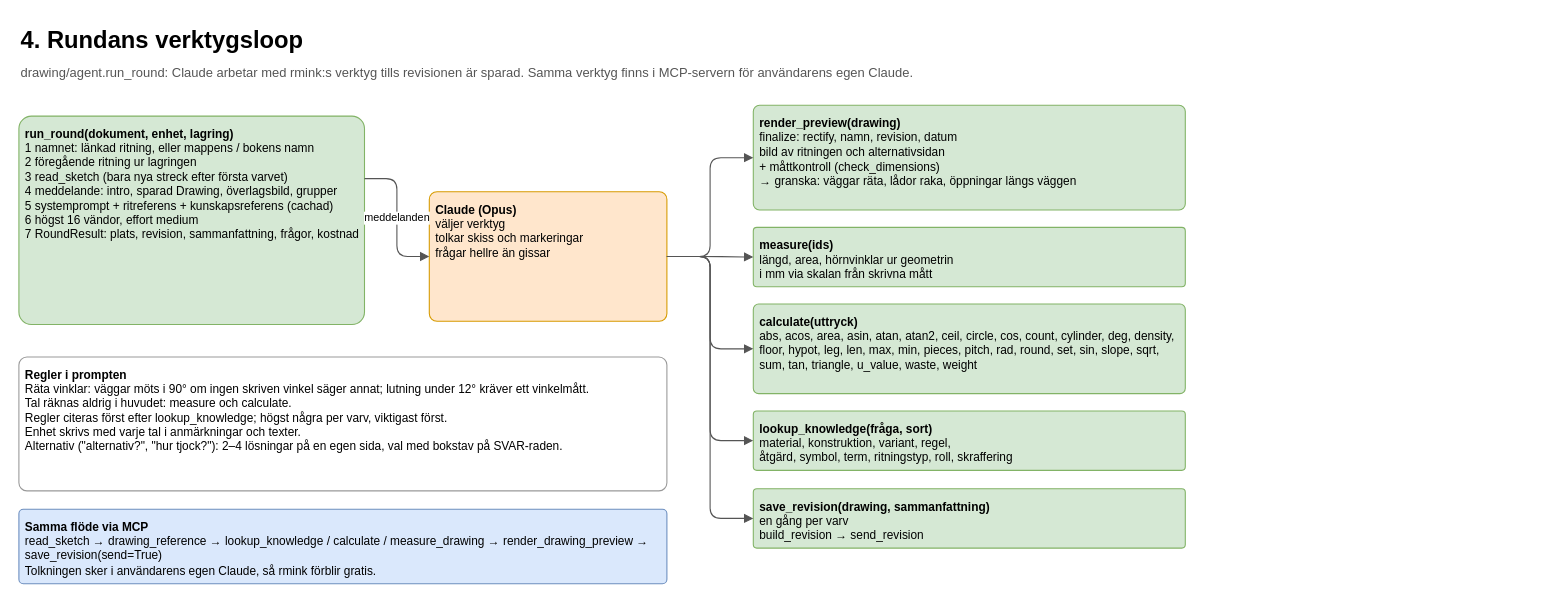
This is docs/diagrams/04-rundans-verktyg.drawio from thagvall/rmink, a draw.io file, before an edit. Source tidied: cells renumbered, new cells numbered last; positions are measured from the earlier drawing's top-left corner, leaving out a move shared by most shapes. Both pictures are drawn from the tidied source at 108%, with x=0, y=0 at pixel (18, 18).
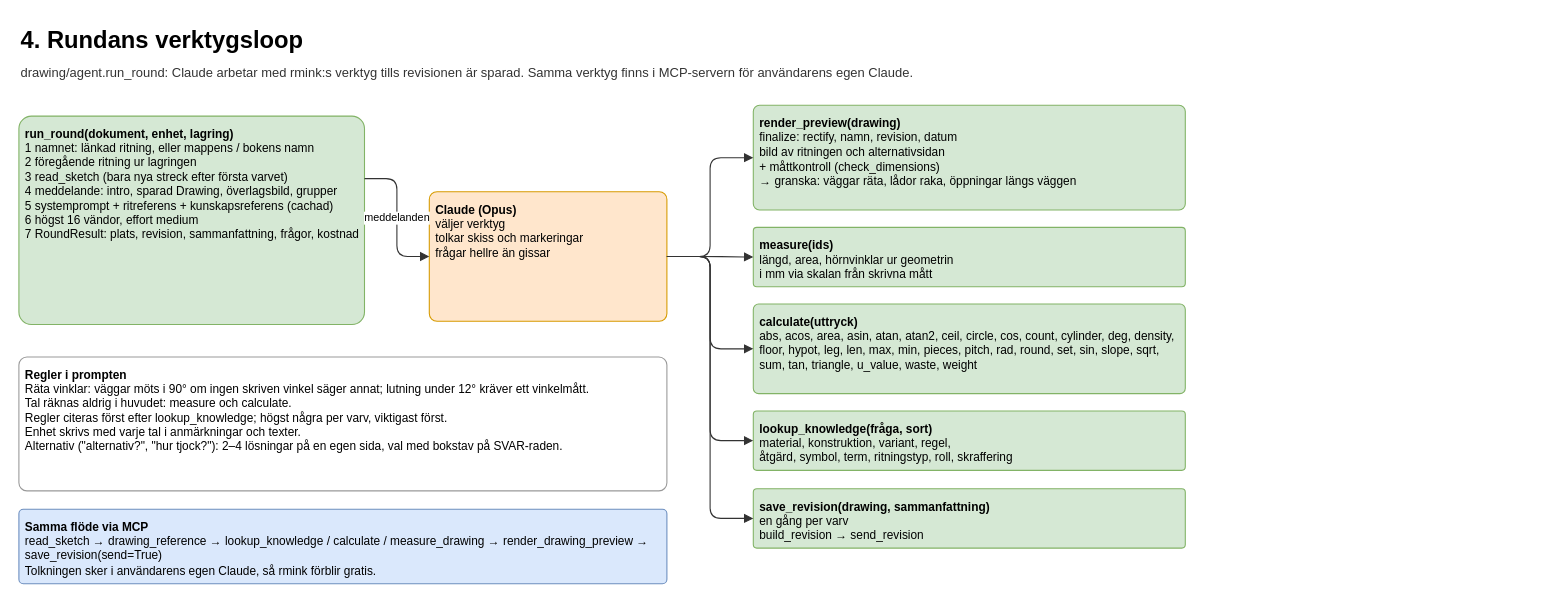
The same page after the edit.

The edit, as a diff of the source:
```diff
@@
-<mxGraphModel>
+<mxGraphModel background="#ffffff">
   <root>
     <mxCell id="0" />
     <mxCell id="1" parent="0" />
     <mxCell id="2" value="&lt;b&gt;4. Rundans verktygsloop&lt;/b&gt;" style="text;html=1;whiteSpace=wrap;fontFamily=Helvetica;fontSize=22;fontColor=#000000;align=left;verticalAlign=top;spacing=2;" parent="1" vertex="1">
       <mxGeometry width="1400" height="34" as="geometry" />
     </mxCell>
-    <mxCell id="3" value="drawing/agent.run_round: Claude arbetar med rmink:s verktyg tills revisionen är sparad. Samma verktyg finns i MCP-servern för användarens egen Claude." style="text;html=1;whiteSpace=wrap;fontFamily=Helvetica;fontSize=12;fontColor=#555555;align=left;verticalAlign=top;spacing=2;" parent="1" vertex="1">
+    <mxCell id="3" value="drawing/agent.run_round: Claude arbetar med rmink:s verktyg tills revisionen är sparad. Samma verktyg finns i MCP-servern för användarens egen Claude." style="text;html=1;whiteSpace=wrap;fontFamily=Helvetica;fontSize=12;fontColor=#333333;align=left;verticalAlign=top;spacing=2;" parent="1" vertex="1">
       <mxGeometry y="36" width="1400" height="22" as="geometry" />
     </mxCell>
     <mxCell id="4" value="&lt;b&gt;run_round(dokument, enhet, lagring)&lt;/b&gt;&lt;br&gt;1 namnet: länkad ritning, eller mappens / bokens namn&lt;br&gt;2 föregående ritning ur lagringen&lt;br&gt;3 read_sketch (bara nya streck efter första varvet)&lt;br&gt;4 meddelande: intro, sparad Drawing, överlagsbild, grupper&lt;br&gt;5 systemprompt + ritreferens + kunskapsreferens (cachad)&lt;br&gt;6 högst 16 vändor, effort medium&lt;br&gt;7 RoundResult: plats, revision, sammanfattning, frågor, kostnad" style="rounded=1;arcSize=6;whiteSpace=wrap;html=1;fillColor=#d5e8d4;strokeColor=#82b366;fontFamily=Helvetica;fontSize=11;align=left;verticalAlign=top;spacing=6;" parent="1" vertex="1">
       <mxGeometry y="90" width="320" height="193" as="geometry" />
     </mxCell>
     <mxCell id="5" value="&lt;b&gt;Claude (Opus)&lt;/b&gt;&lt;br&gt;väljer verktyg&lt;br&gt;tolkar skiss och markeringar&lt;br&gt;frågar hellre än gissar" style="rounded=1;arcSize=6;whiteSpace=wrap;html=1;fillColor=#ffe6cc;strokeColor=#d79b00;fontFamily=Helvetica;fontSize=11;align=left;verticalAlign=top;spacing=6;" parent="1" vertex="1">
       <mxGeometry x="380" y="160" width="220" height="120" as="geometry" />
     </mxCell>
-    <mxCell id="6" value="meddelanden" style="edgeStyle=orthogonalEdgeStyle;rounded=1;html=1;fontFamily=Helvetica;fontSize=10;strokeColor=#555555;endArrow=block;endFill=1;labelBackgroundColor=#ffffff;exitX=1;exitY=0.3;exitDx=0;exitDy=0;entryX=0;entryY=0.5;entryDx=0;entryDy=0;" parent="1" edge="1" source="4" target="5">
+    <mxCell id="6" value="meddelanden" style="edgeStyle=orthogonalEdgeStyle;rounded=1;html=1;fontFamily=Helvetica;fontSize=10;strokeColor=#333333;endArrow=block;endFill=1;labelBackgroundColor=#ffffff;exitX=1;exitY=0.3;exitDx=0;exitDy=0;entryX=0;entryY=0.5;entryDx=0;entryDy=0;" parent="1" edge="1" source="4" target="5">
       <mxGeometry relative="1" as="geometry" />
     </mxCell>
     <mxCell id="7" value="&lt;b&gt;render_preview(drawing)&lt;/b&gt;&lt;br&gt;finalize: rectify, namn, revision, datum&lt;br&gt;bild av ritningen och alternativsidan&lt;br&gt;+ måttkontroll (check_dimensions)&lt;br&gt;→ granska: väggar räta, lådor raka, öppningar längs väggen" style="rounded=1;arcSize=6;whiteSpace=wrap;html=1;fillColor=#d5e8d4;strokeColor=#82b366;fontFamily=Helvetica;fontSize=11;align=left;verticalAlign=top;spacing=6;" parent="1" vertex="1">
       <mxGeometry x="680" y="80" width="400" height="97" as="geometry" />
     </mxCell>
-    <mxCell id="8" style="edgeStyle=orthogonalEdgeStyle;rounded=1;html=1;fontFamily=Helvetica;fontSize=10;strokeColor=#555555;endArrow=block;endFill=1;labelBackgroundColor=#ffffff;exitX=1;exitY=0.5;exitDx=0;exitDy=0;entryX=0;entryY=0.5;entryDx=0;entryDy=0;" parent="1" edge="1" source="5" target="7">
+    <mxCell id="8" style="edgeStyle=orthogonalEdgeStyle;rounded=1;html=1;fontFamily=Helvetica;fontSize=10;strokeColor=#333333;endArrow=block;endFill=1;labelBackgroundColor=#ffffff;exitX=1;exitY=0.5;exitDx=0;exitDy=0;entryX=0;entryY=0.5;entryDx=0;entryDy=0;" parent="1" edge="1" source="5" target="7">
       <mxGeometry relative="1" as="geometry" />
     </mxCell>
     <mxCell id="9" value="&lt;b&gt;measure(ids)&lt;/b&gt;&lt;br&gt;längd, area, hörnvinklar ur geometrin&lt;br&gt;i mm via skalan från skrivna mått" style="rounded=1;arcSize=6;whiteSpace=wrap;html=1;fillColor=#d5e8d4;strokeColor=#82b366;fontFamily=Helvetica;fontSize=11;align=left;verticalAlign=top;spacing=6;" parent="1" vertex="1">
       <mxGeometry x="680" y="193" width="400" height="55" as="geometry" />
     </mxCell>
-    <mxCell id="10" style="edgeStyle=orthogonalEdgeStyle;rounded=1;html=1;fontFamily=Helvetica;fontSize=10;strokeColor=#555555;endArrow=block;endFill=1;labelBackgroundColor=#ffffff;exitX=1;exitY=0.5;exitDx=0;exitDy=0;entryX=0;entryY=0.5;entryDx=0;entryDy=0;" parent="1" edge="1" source="5" target="9">
+    <mxCell id="10" style="edgeStyle=orthogonalEdgeStyle;rounded=1;html=1;fontFamily=Helvetica;fontSize=10;strokeColor=#333333;endArrow=block;endFill=1;labelBackgroundColor=#ffffff;exitX=1;exitY=0.5;exitDx=0;exitDy=0;entryX=0;entryY=0.5;entryDx=0;entryDy=0;" parent="1" edge="1" source="5" target="9">
       <mxGeometry relative="1" as="geometry" />
     </mxCell>
     <mxCell id="11" value="&lt;b&gt;calculate(uttryck)&lt;/b&gt;&lt;br&gt;abs, acos, area, asin, atan, atan2, ceil, circle, cos, count, cylinder, deg, density, floor, hypot, leg, len, max, min, pieces, pitch, rad, round, set, sin, slope, sqrt, sum, tan, triangle, u_value, waste, weight" style="rounded=1;arcSize=6;whiteSpace=wrap;html=1;fillColor=#d5e8d4;strokeColor=#82b366;fontFamily=Helvetica;fontSize=11;align=left;verticalAlign=top;spacing=6;" parent="1" vertex="1">
       <mxGeometry x="680" y="264" width="400" height="83" as="geometry" />
     </mxCell>
-    <mxCell id="12" style="edgeStyle=orthogonalEdgeStyle;rounded=1;html=1;fontFamily=Helvetica;fontSize=10;strokeColor=#555555;endArrow=block;endFill=1;labelBackgroundColor=#ffffff;exitX=1;exitY=0.5;exitDx=0;exitDy=0;entryX=0;entryY=0.5;entryDx=0;entryDy=0;" parent="1" edge="1" source="5" target="11">
+    <mxCell id="12" style="edgeStyle=orthogonalEdgeStyle;rounded=1;html=1;fontFamily=Helvetica;fontSize=10;strokeColor=#333333;endArrow=block;endFill=1;labelBackgroundColor=#ffffff;exitX=1;exitY=0.5;exitDx=0;exitDy=0;entryX=0;entryY=0.5;entryDx=0;entryDy=0;" parent="1" edge="1" source="5" target="11">
       <mxGeometry relative="1" as="geometry" />
     </mxCell>
     <mxCell id="13" value="&lt;b&gt;lookup_knowledge(fråga, sort)&lt;/b&gt;&lt;br&gt;material, konstruktion, variant, regel,&lt;br&gt;åtgärd, symbol, term, ritningstyp, roll, skraffering" style="rounded=1;arcSize=6;whiteSpace=wrap;html=1;fillColor=#d5e8d4;strokeColor=#82b366;fontFamily=Helvetica;fontSize=11;align=left;verticalAlign=top;spacing=6;" parent="1" vertex="1">
       <mxGeometry x="680" y="363" width="400" height="55" as="geometry" />
     </mxCell>
-    <mxCell id="14" style="edgeStyle=orthogonalEdgeStyle;rounded=1;html=1;fontFamily=Helvetica;fontSize=10;strokeColor=#555555;endArrow=block;endFill=1;labelBackgroundColor=#ffffff;exitX=1;exitY=0.5;exitDx=0;exitDy=0;entryX=0;entryY=0.5;entryDx=0;entryDy=0;" parent="1" edge="1" source="5" target="13">
+    <mxCell id="14" style="edgeStyle=orthogonalEdgeStyle;rounded=1;html=1;fontFamily=Helvetica;fontSize=10;strokeColor=#333333;endArrow=block;endFill=1;labelBackgroundColor=#ffffff;exitX=1;exitY=0.5;exitDx=0;exitDy=0;entryX=0;entryY=0.5;entryDx=0;entryDy=0;" parent="1" edge="1" source="5" target="13">
       <mxGeometry relative="1" as="geometry" />
     </mxCell>
     <mxCell id="15" value="&lt;b&gt;save_revision(drawing, sammanfattning)&lt;/b&gt;&lt;br&gt;en gång per varv&lt;br&gt;build_revision → send_revision" style="rounded=1;arcSize=6;whiteSpace=wrap;html=1;fillColor=#d5e8d4;strokeColor=#82b366;fontFamily=Helvetica;fontSize=11;align=left;verticalAlign=top;spacing=6;" parent="1" vertex="1">
       <mxGeometry x="680" y="435" width="400" height="55" as="geometry" />
     </mxCell>
-    <mxCell id="16" style="edgeStyle=orthogonalEdgeStyle;rounded=1;html=1;fontFamily=Helvetica;fontSize=10;strokeColor=#555555;endArrow=block;endFill=1;labelBackgroundColor=#ffffff;exitX=1;exitY=0.5;exitDx=0;exitDy=0;entryX=0;entryY=0.5;entryDx=0;entryDy=0;" parent="1" edge="1" source="5" target="15">
+    <mxCell id="16" style="edgeStyle=orthogonalEdgeStyle;rounded=1;html=1;fontFamily=Helvetica;fontSize=10;strokeColor=#333333;endArrow=block;endFill=1;labelBackgroundColor=#ffffff;exitX=1;exitY=0.5;exitDx=0;exitDy=0;entryX=0;entryY=0.5;entryDx=0;entryDy=0;" parent="1" edge="1" source="5" target="15">
       <mxGeometry relative="1" as="geometry" />
     </mxCell>
     <mxCell id="17" value="&lt;b&gt;Regler i prompten&lt;/b&gt;&lt;br&gt;Räta vinklar: väggar möts i 90° om ingen skriven vinkel säger annat; lutning under 12° kräver ett vinkelmått.&lt;br&gt;Tal räknas aldrig i huvudet: measure och calculate.&lt;br&gt;Regler citeras först efter lookup_knowledge; högst några per varv, viktigast först.&lt;br&gt;Enhet skrivs med varje tal i anmärkningar och texter.&lt;br&gt;Alternativ (&quot;alternativ?&quot;, &quot;hur tjock?&quot;): 2–4 lösningar på en egen sida, val med bokstav på SVAR-raden." style="rounded=1;arcSize=6;whiteSpace=wrap;html=1;fillColor=#ffffff;strokeColor=#999999;fontFamily=Helvetica;fontSize=11;align=left;verticalAlign=top;spacing=6;" parent="1" vertex="1">
       <mxGeometry y="313" width="600" height="124" as="geometry" />
     </mxCell>
     <mxCell id="18" value="&lt;b&gt;Samma flöde via MCP&lt;/b&gt;&lt;br&gt;read_sketch → drawing_reference → lookup_knowledge / calculate / measure_drawing → render_drawing_preview → save_revision(send=True)&lt;br&gt;Tolkningen sker i användarens egen Claude, så rmink förblir gratis." style="rounded=1;arcSize=6;whiteSpace=wrap;html=1;fillColor=#dae8fc;strokeColor=#6c8ebf;fontFamily=Helvetica;fontSize=11;align=left;verticalAlign=top;spacing=6;" parent="1" vertex="1">
       <mxGeometry y="454" width="600" height="69" as="geometry" />
     </mxCell>
   </root>
 </mxGraphModel>
```
